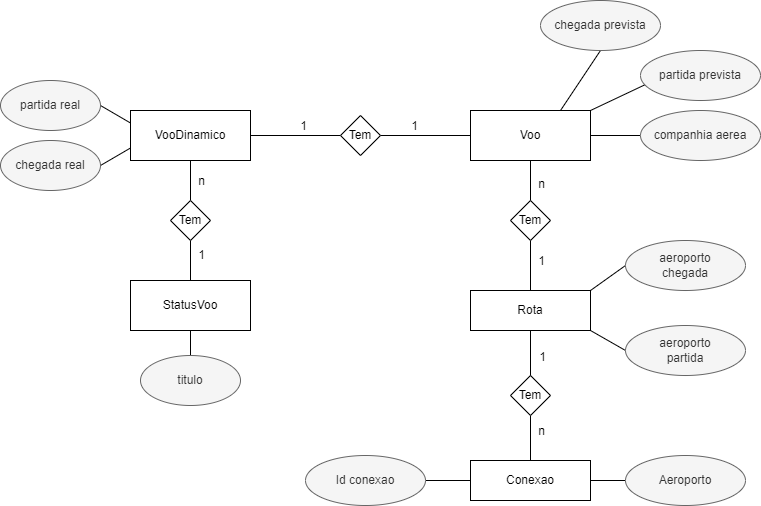
Above: assets/images/DER.png in DamaralHenrique/DjangoApp (draw.io), before the change. Source tidied: cells renumbered, new cells last; positions are measured from the earlier drawing's top-left corner, leaving out a move shared by most shapes.
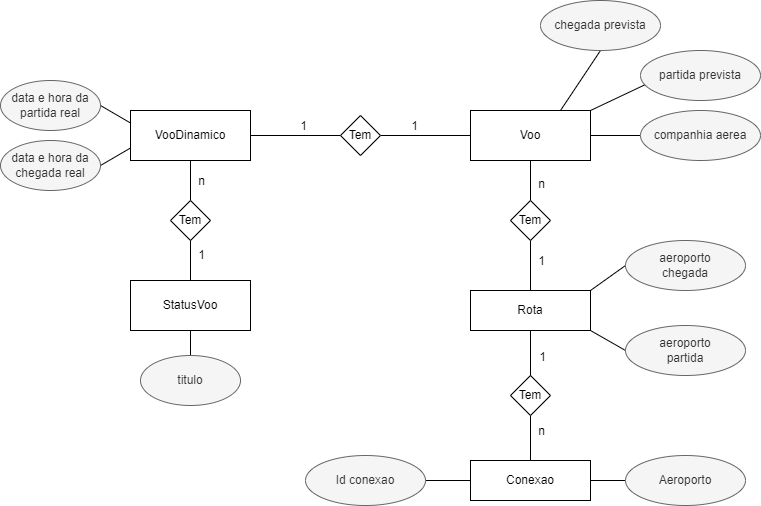
After the change.

Change to the diagram source:
```diff
@@ -72,13 +72,13 @@
     <mxCell id="21" value="aeroporto &lt;br&gt;partida" style="ellipse;whiteSpace=wrap;html=1;fillColor=#f5f5f5;fontColor=#333333;strokeColor=#666666;" parent="1" vertex="1">
       <mxGeometry x="625" y="325" width="120" height="50" as="geometry" />
     </mxCell>
-    <mxCell id="22" value="partida real" style="ellipse;whiteSpace=wrap;html=1;fillColor=#f5f5f5;fontColor=#333333;strokeColor=#666666;" parent="1" vertex="1">
+    <mxCell id="22" value="data e hora da partida real" style="ellipse;whiteSpace=wrap;html=1;fillColor=#f5f5f5;fontColor=#333333;strokeColor=#666666;" parent="1" vertex="1">
       <mxGeometry y="80" width="100" height="50" as="geometry" />
     </mxCell>
     <mxCell id="23" style="edgeStyle=none;rounded=0;jettySize=auto;html=1;exitX=1;exitY=0.5;exitDx=0;exitDy=0;fontSize=12;endArrow=none;endFill=0;entryX=0;entryY=0.75;entryDx=0;entryDy=0;" parent="1" edge="1" source="24" target="3">
       <mxGeometry relative="1" as="geometry" />
     </mxCell>
-    <mxCell id="24" value="chegada real" style="ellipse;whiteSpace=wrap;html=1;fillColor=#f5f5f5;fontColor=#333333;strokeColor=#666666;" parent="1" vertex="1">
+    <mxCell id="24" value="data e hora da chegada real" style="ellipse;whiteSpace=wrap;html=1;fillColor=#f5f5f5;fontColor=#333333;strokeColor=#666666;" parent="1" vertex="1">
       <mxGeometry y="140" width="100" height="50" as="geometry" />
     </mxCell>
     <mxCell id="25" style="edgeStyle=none;rounded=0;jettySize=auto;html=1;exitX=0;exitY=0.5;exitDx=0;exitDy=0;entryX=1;entryY=0;entryDx=0;entryDy=0;fontSize=12;endArrow=none;endFill=0;" parent="1" edge="1" source="26" target="19">
```
